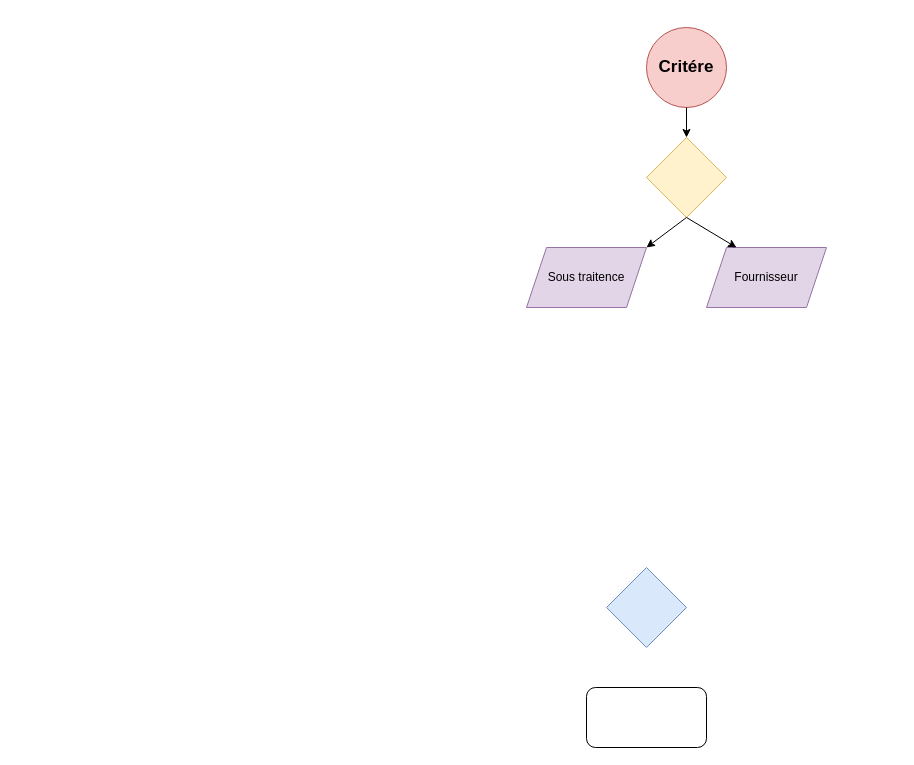
This is Diagramme sans nom.drawio from rachidBourigue/electricitservicesrb, a draw.io file, before an edit. Source tidied: cells renumbered, new cells numbered last; positions are measured from the earlier drawing's top-left corner, leaving out a move shared by most shapes. Both pictures are drawn from the tidied source at 100%, with x=0, y=0 at pixel (526, 27).
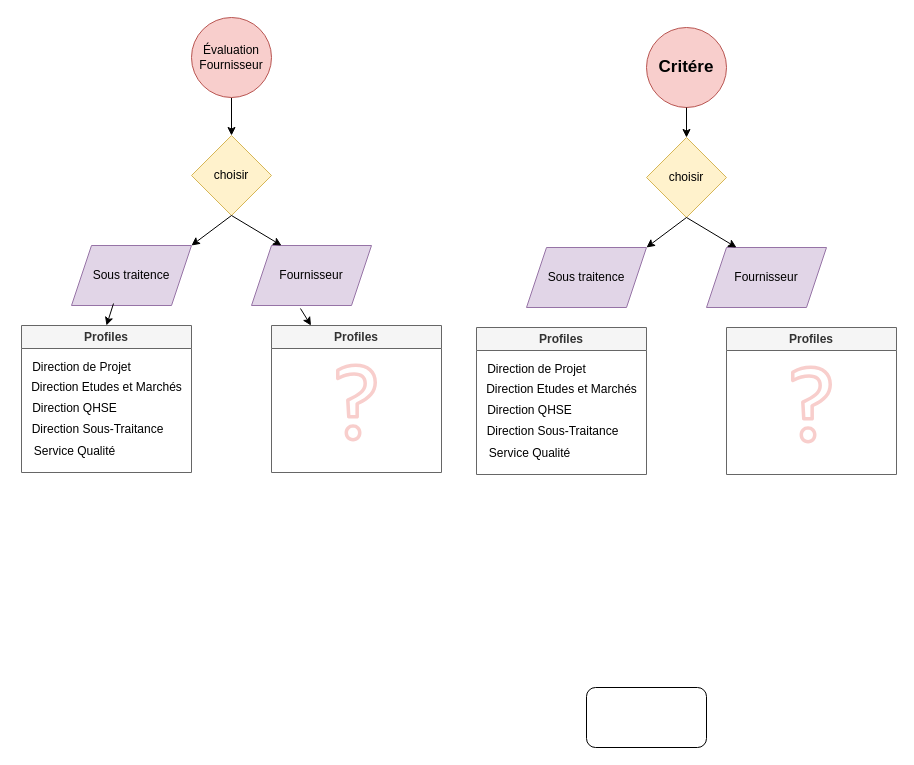
The same page after the edit.

Commit message:
Mettre à jour Diagramme sans nom.drawio

Diff of the diagram source:
```diff
@@
-    <mxCell id="2" style="rhombus;whiteSpace=wrap;html=1;fillColor=#dae8fc;strokeColor=#6c8ebf;" parent="1" vertex="1">
-      <mxGeometry x="80" y="540" width="80" height="80" as="geometry" />
-    </mxCell>
@@
-    <mxCell id="5" style="rhombus;whiteSpace=wrap;html=1;fillColor=#fff2cc;strokeColor=#d6b656;" parent="1" vertex="1">
+    <mxCell id="5" value="choisir" style="rhombus;whiteSpace=wrap;html=1;fillColor=#fff2cc;strokeColor=#d6b656;" parent="1" vertex="1">
       <mxGeometry x="120" y="110" width="80" height="80" as="geometry" />
     </mxCell>
@@
+    <mxCell id="11" value="Profiles" style="swimlane;whiteSpace=wrap;html=1;startSize=23;fillColor=#f5f5f5;fontColor=#333333;strokeColor=#666666;" parent="1" vertex="1">
+      <mxGeometry x="-50" y="300" width="170" height="147" as="geometry" />
+    </mxCell>
+    <mxCell id="12" value="Direction de Projet&lt;br&gt;" style="text;html=1;align=center;verticalAlign=middle;strokeColor=none;fillColor=none;" parent="11" vertex="1">
+      <mxGeometry y="27" width="120" height="30" as="geometry" />
+    </mxCell>
+    <mxCell id="13" value="Direction Etudes et Marchés" style="text;html=1;align=center;verticalAlign=middle;strokeColor=none;fillColor=none;" parent="11" vertex="1">
+      <mxGeometry y="47" width="170" height="30" as="geometry" />
+    </mxCell>
+    <mxCell id="14" value="Direction QHSE" style="text;html=1;align=center;verticalAlign=middle;strokeColor=none;fillColor=none;" parent="11" vertex="1">
+      <mxGeometry x="-2" y="68" width="110" height="30" as="geometry" />
+    </mxCell>
+    <mxCell id="15" value="&lt;br&gt;Direction Sous-Traitance" style="text;html=1;align=center;verticalAlign=middle;strokeColor=none;fillColor=none;" parent="11" vertex="1">
+      <mxGeometry x="-4" y="76" width="160" height="40" as="geometry" />
+    </mxCell>
+    <mxCell id="16" value="&lt;br&gt;Service Qualité" style="text;html=1;align=center;verticalAlign=middle;strokeColor=none;fillColor=none;" parent="11" vertex="1">
+      <mxGeometry x="3" y="98" width="100" height="40" as="geometry" />
+    </mxCell>
+    <mxCell id="17" value="Profiles" style="swimlane;whiteSpace=wrap;html=1;startSize=23;fillColor=#f5f5f5;fontColor=#333333;strokeColor=#666666;" parent="1" vertex="1">
+      <mxGeometry x="200" y="300" width="170" height="147" as="geometry" />
+    </mxCell>
+    <mxCell id="18" style="sketch=0;fillColor=#f8cecc;strokeColor=#CC0000;dashed=0;verticalLabelPosition=bottom;verticalAlign=top;align=center;html=1;fontSize=12;fontStyle=0;shape=mxgraph.aws4.question;" parent="17" vertex="1">
+      <mxGeometry x="64.5" y="38" width="41" height="78" as="geometry" />
+    </mxCell>
+    <mxCell id="19" value="choisir" style="rhombus;whiteSpace=wrap;html=1;fillColor=#fff2cc;strokeColor=#d6b656;" parent="1" vertex="1">
+      <mxGeometry x="-335" y="108" width="80" height="80" as="geometry" />
+    </mxCell>
+    <mxCell id="20" value="Sous traitence" style="shape=parallelogram;perimeter=parallelogramPerimeter;whiteSpace=wrap;html=1;fixedSize=1;fillColor=#e1d5e7;strokeColor=#9673a6;" parent="1" vertex="1">
+      <mxGeometry x="-455" y="218" width="120" height="60" as="geometry" />
+    </mxCell>
+    <mxCell id="21" value="Fournisseur" style="shape=parallelogram;perimeter=parallelogramPerimeter;whiteSpace=wrap;html=1;fixedSize=1;fillColor=#e1d5e7;strokeColor=#9673a6;" parent="1" vertex="1">
+      <mxGeometry x="-275" y="218" width="120" height="60" as="geometry" />
+    </mxCell>
+    <mxCell id="22" style="endArrow=classic;html=1;rounded=0;exitX=0.5;exitY=1;exitDx=0;exitDy=0;" parent="1" edge="1" source="33" target="19">
+      <mxGeometry relative="1" as="geometry" />
+    </mxCell>
+    <mxCell id="23" style="endArrow=classic;html=1;rounded=0;exitX=0.5;exitY=1;exitDx=0;exitDy=0;entryX=1;entryY=0;entryDx=0;entryDy=0;" parent="1" edge="1" source="19" target="20">
+      <mxGeometry relative="1" as="geometry" />
+    </mxCell>
+    <mxCell id="24" style="endArrow=classic;html=1;rounded=0;entryX=0.25;entryY=0;entryDx=0;entryDy=0;" parent="1" edge="1" target="21">
+      <mxGeometry relative="1" as="geometry">
+        <mxPoint x="-295" y="188" as="sourcePoint" />
+      </mxGeometry>
+    </mxCell>
+    <mxCell id="25" value="Profiles" style="swimlane;whiteSpace=wrap;html=1;startSize=23;fillColor=#f5f5f5;fontColor=#333333;strokeColor=#666666;" parent="1" vertex="1">
+      <mxGeometry x="-505" y="298" width="170" height="147" as="geometry" />
+    </mxCell>
+    <mxCell id="26" value="Direction de Projet&lt;br&gt;" style="text;html=1;align=center;verticalAlign=middle;strokeColor=none;fillColor=none;" parent="25" vertex="1">
+      <mxGeometry y="27" width="120" height="30" as="geometry" />
+    </mxCell>
+    <mxCell id="27" value="Direction Etudes et Marchés" style="text;html=1;align=center;verticalAlign=middle;strokeColor=none;fillColor=none;" parent="25" vertex="1">
+      <mxGeometry y="47" width="170" height="30" as="geometry" />
+    </mxCell>
+    <mxCell id="28" value="Direction QHSE" style="text;html=1;align=center;verticalAlign=middle;strokeColor=none;fillColor=none;" parent="25" vertex="1">
+      <mxGeometry x="-2" y="68" width="110" height="30" as="geometry" />
+    </mxCell>
+    <mxCell id="29" value="&lt;br&gt;Direction Sous-Traitance" style="text;html=1;align=center;verticalAlign=middle;strokeColor=none;fillColor=none;" parent="25" vertex="1">
+      <mxGeometry x="-4" y="76" width="160" height="40" as="geometry" />
+    </mxCell>
+    <mxCell id="30" value="&lt;br&gt;Service Qualité" style="text;html=1;align=center;verticalAlign=middle;strokeColor=none;fillColor=none;" parent="25" vertex="1">
+      <mxGeometry x="3" y="98" width="100" height="40" as="geometry" />
+    </mxCell>
+    <mxCell id="31" value="Profiles" style="swimlane;whiteSpace=wrap;html=1;startSize=23;fillColor=#f5f5f5;fontColor=#333333;strokeColor=#666666;" parent="1" vertex="1">
+      <mxGeometry x="-255" y="298" width="170" height="147" as="geometry" />
+    </mxCell>
+    <mxCell id="32" style="sketch=0;fillColor=#f8cecc;strokeColor=#CC0000;dashed=0;verticalLabelPosition=bottom;verticalAlign=top;align=center;html=1;fontSize=12;fontStyle=0;shape=mxgraph.aws4.question;" parent="31" vertex="1">
+      <mxGeometry x="64.5" y="38" width="41" height="78" as="geometry" />
+    </mxCell>
+    <mxCell id="33" value="Évaluation Fournisseur" style="ellipse;whiteSpace=wrap;html=1;fillColor=#f8cecc;strokeColor=#b85450;" parent="1" vertex="1">
+      <mxGeometry x="-335" y="-10" width="80" height="80" as="geometry" />
+    </mxCell>
+    <mxCell id="34" style="endArrow=classic;html=1;rounded=0;exitX=0.35;exitY=0.967;exitDx=0;exitDy=0;exitPerimeter=0;entryX=0.5;entryY=0;entryDx=0;entryDy=0;" parent="1" edge="1" source="20" target="25">
+      <mxGeometry relative="1" as="geometry" />
+    </mxCell>
+    <mxCell id="35" style="endArrow=classic;html=1;rounded=0;exitX=0.408;exitY=1.05;exitDx=0;exitDy=0;exitPerimeter=0;" parent="1" edge="1" source="21" target="31">
+      <mxGeometry relative="1" as="geometry" />
+    </mxCell>
```
